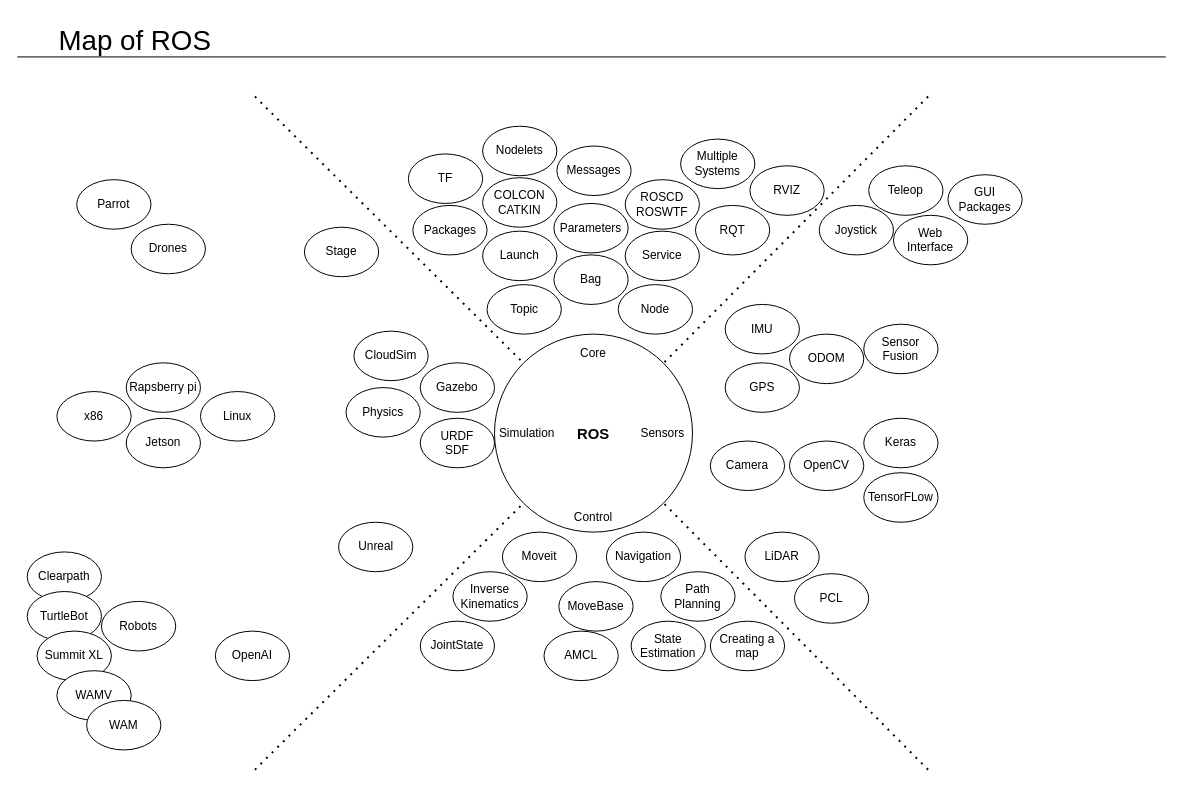
Earlier version of the draw.io diagram ros_overview.drawio (AM1010101/lidar_integrators_course). Source tidied: cells renumbered, new cells numbered last; positions are measured from the earlier drawing's top-left corner, leaving out a move shared by most shapes. Both pictures are drawn from the tidied source at 99%, with x=0, y=0 at pixel (17, 17).
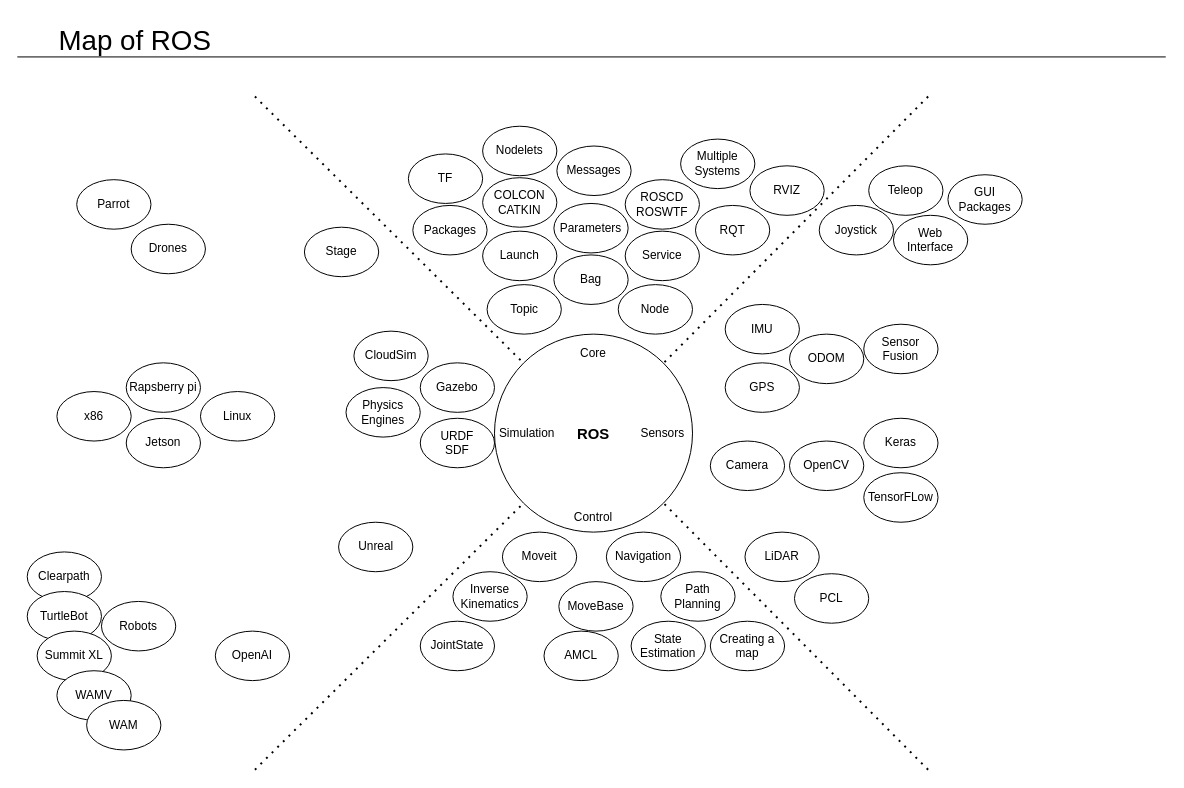
The same page after the edit.

Change to the diagram source:
```diff
@@
-    <mxCell id="39" value="Physics" style="ellipse;whiteSpace=wrap;html=1;" parent="1" vertex="1">
+    <mxCell id="39" value="Physics&lt;br&gt;Engines" style="ellipse;whiteSpace=wrap;html=1;" parent="1" vertex="1">
       <mxGeometry x="332" y="374" width="75" height="50" as="geometry" />
     </mxCell>
```
